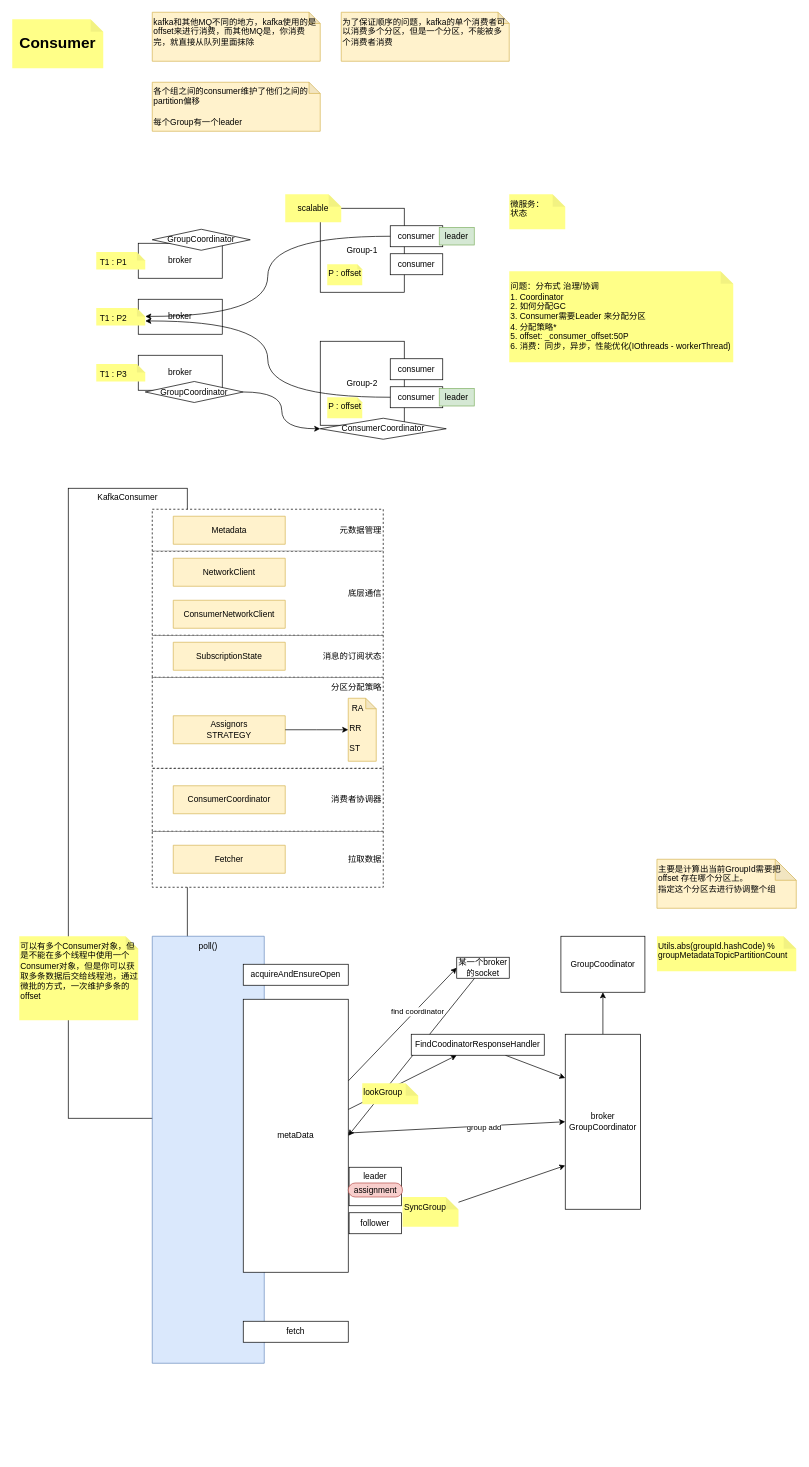
Before: draw/kafka/kafka的consumer.drawio in BxcGit/draw, a draw.io diagram. Source tidied: cells renumbered, new cells numbered last; positions are measured from the earlier drawing's top-left corner, leaving out a move shared by most shapes. Both pictures are drawn from the tidied source at 70%, with x=0, y=0 at pixel (12, 12).
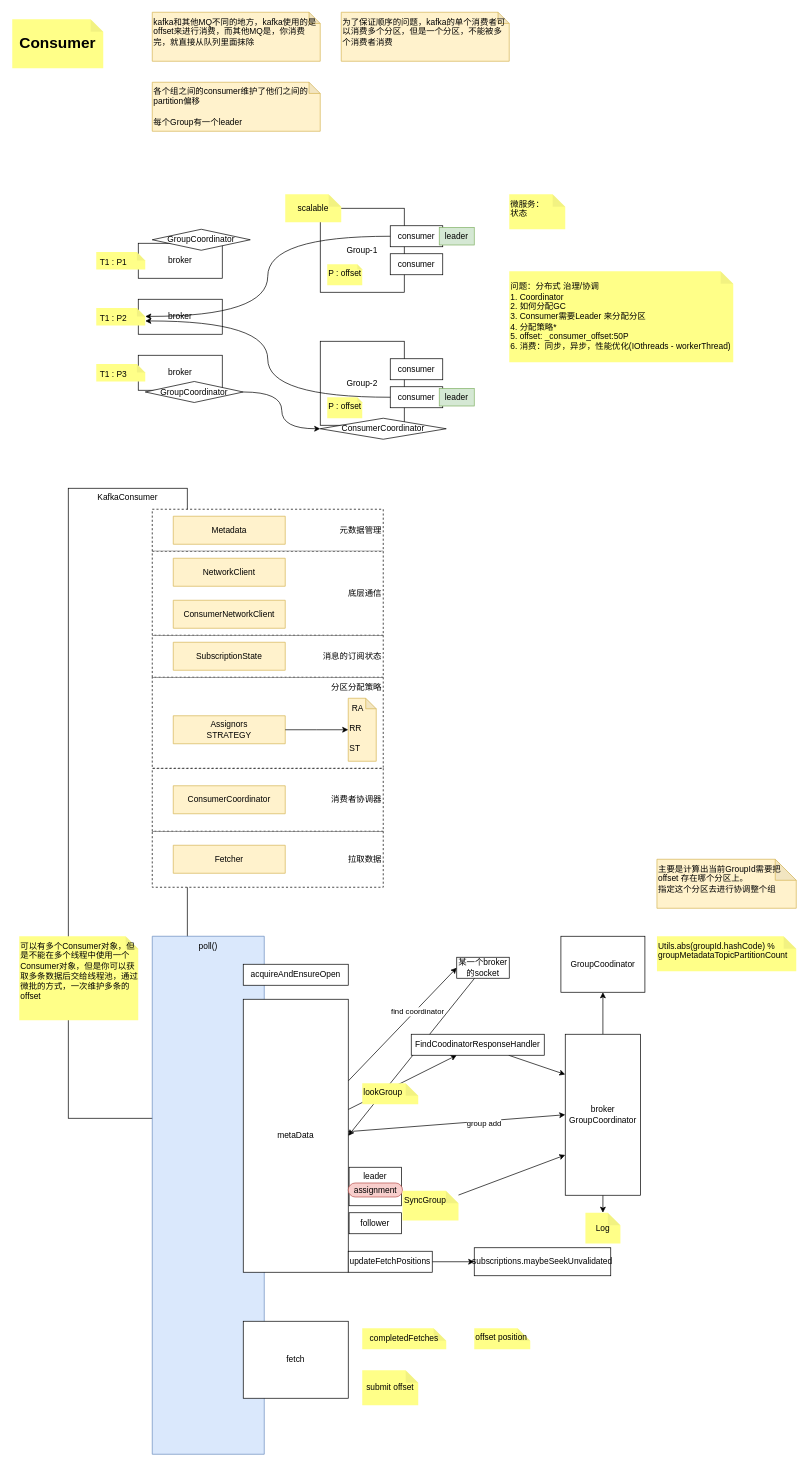
Above is the later version.

Change to the diagram source:
```diff
@@
     <mxCell id="48" value="poll()" style="shape=note;whiteSpace=wrap;html=1;backgroundOutline=1;darkOpacity=0.05;fillColor=#dae8fc;strokeColor=#6c8ebf;horizontal=1;align=center;verticalAlign=top;size=0;" parent="1" vertex="1">
-      <mxGeometry x="200" y="1320" width="160" height="610" as="geometry" />
+      <mxGeometry x="200" y="1320" width="160" height="740" as="geometry" />
     </mxCell>
@@
     <mxCell id="57" value="fetch" style="rounded=0;whiteSpace=wrap;html=1;align=center;verticalAlign=middle;" parent="1" vertex="1">
-      <mxGeometry x="330" y="1870" width="150" height="30" as="geometry" />
+      <mxGeometry x="330" y="1870" width="150" height="110" as="geometry" />
     </mxCell>
@@
+    <mxCell id="73" style="edgeStyle=orthogonalEdgeStyle;rounded=0;jettySize=auto;html=1;" parent="1" edge="1" source="63" target="76">
+      <mxGeometry relative="1" as="geometry" />
+    </mxCell>
     <mxCell id="63" value="broker&lt;div&gt;GroupCoordinator&lt;/div&gt;" style="rounded=0;whiteSpace=wrap;html=1;align=center;verticalAlign=middle;" parent="1" vertex="1">
-      <mxGeometry x="790" y="1460" width="107.5" height="250" as="geometry" />
+      <mxGeometry x="790" y="1460" width="107.5" height="230" as="geometry" />
     </mxCell>
@@
     <mxCell id="72" value="SyncGroup" style="shape=note;whiteSpace=wrap;html=1;backgroundOutline=1;darkOpacity=0.05;fillColor=#ffff88;strokeColor=none;horizontal=1;align=left;verticalAlign=top;size=18;" parent="1" vertex="1">
-      <mxGeometry x="557.5" y="1692.5" width="80" height="42.5" as="geometry" />
+      <mxGeometry x="557.5" y="1683.5" width="80" height="42.5" as="geometry" />
     </mxCell>
+    <mxCell id="74" style="rounded=0;jettySize=auto;html=1;entryX=0;entryY=0.5;entryDx=0;entryDy=0;" parent="1" edge="1" source="75" target="77">
+      <mxGeometry relative="1" as="geometry" />
+    </mxCell>
+    <mxCell id="75" value="updateFetchPositions" style="rounded=0;whiteSpace=wrap;html=1;align=center;verticalAlign=middle;" parent="1" vertex="1">
+      <mxGeometry x="480" y="1770" width="120" height="30" as="geometry" />
+    </mxCell>
+    <mxCell id="76" value="Log" style="shape=note;whiteSpace=wrap;html=1;backgroundOutline=1;darkOpacity=0.05;fillColor=#ffff88;strokeColor=none;horizontal=1;align=center;verticalAlign=middle;size=18;" parent="1" vertex="1">
+      <mxGeometry x="818.8" y="1715" width="50" height="44" as="geometry" />
+    </mxCell>
+    <mxCell id="77" value="subscriptions.maybeSeekUnvalidated" style="rounded=0;whiteSpace=wrap;html=1;align=center;verticalAlign=middle;" parent="1" vertex="1">
+      <mxGeometry x="660" y="1765" width="195" height="40" as="geometry" />
+    </mxCell>
+    <mxCell id="78" value="completedFetches" style="shape=note;whiteSpace=wrap;html=1;backgroundOutline=1;darkOpacity=0.05;fillColor=#ffff88;strokeColor=none;horizontal=1;align=center;verticalAlign=middle;size=18;" parent="1" vertex="1">
+      <mxGeometry x="500" y="1880" width="120" height="30" as="geometry" />
+    </mxCell>
+    <mxCell id="79" value="offset position" style="shape=note;whiteSpace=wrap;html=1;backgroundOutline=1;darkOpacity=0.05;fillColor=#ffff88;strokeColor=none;horizontal=1;align=left;verticalAlign=top;size=18;" parent="1" vertex="1">
+      <mxGeometry x="660" y="1880" width="80" height="30" as="geometry" />
+    </mxCell>
+    <mxCell id="80" value="submit offset" style="shape=note;whiteSpace=wrap;html=1;backgroundOutline=1;darkOpacity=0.05;fillColor=#ffff88;strokeColor=none;horizontal=1;align=center;verticalAlign=middle;size=18;" parent="1" vertex="1">
+      <mxGeometry x="500" y="1940" width="80" height="50" as="geometry" />
+    </mxCell>
```
